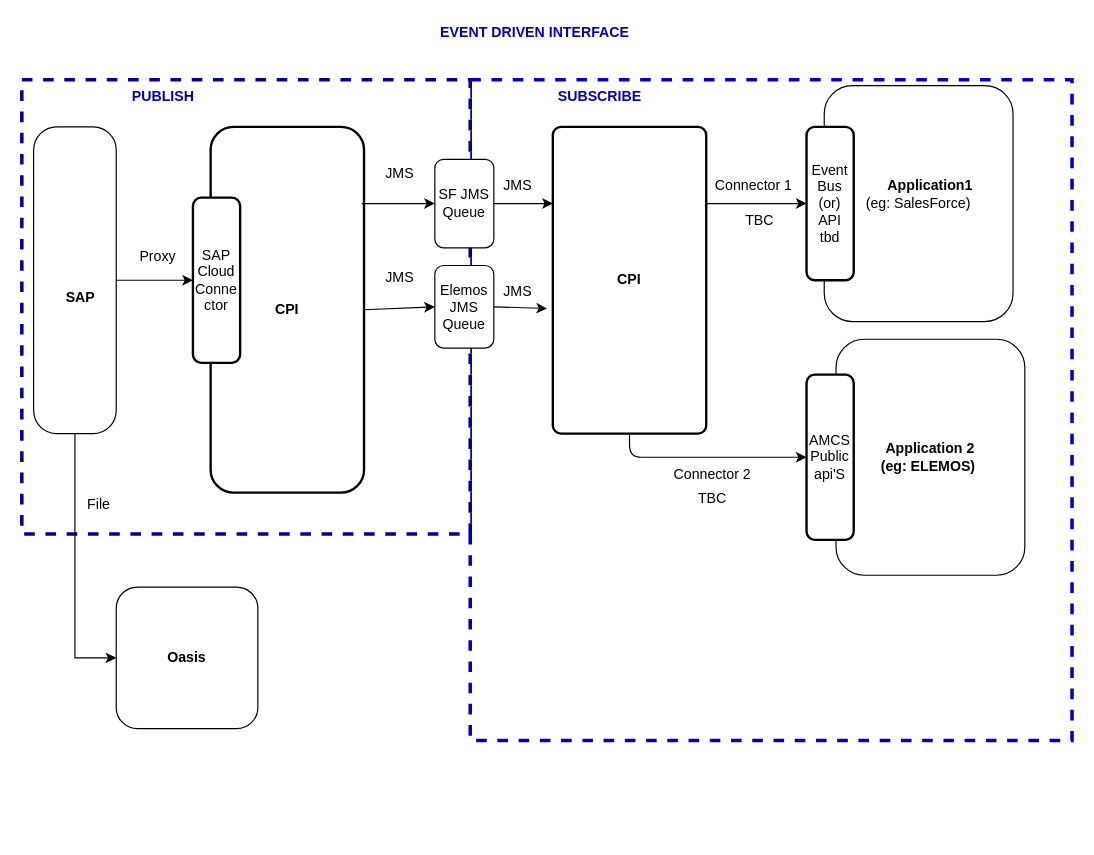
Before: creditHold3.drawio in rdshankar-coder/rds, a draw.io diagram. Source tidied: cells renumbered, new cells numbered last; positions are measured from the earlier drawing's top-left corner, leaving out a move shared by most shapes. Both pictures are drawn from the tidied source at 118%, with x=0, y=0 at pixel (21, 20). Pictures stored in the file or linked from it are replaced by grey dashed boxes.
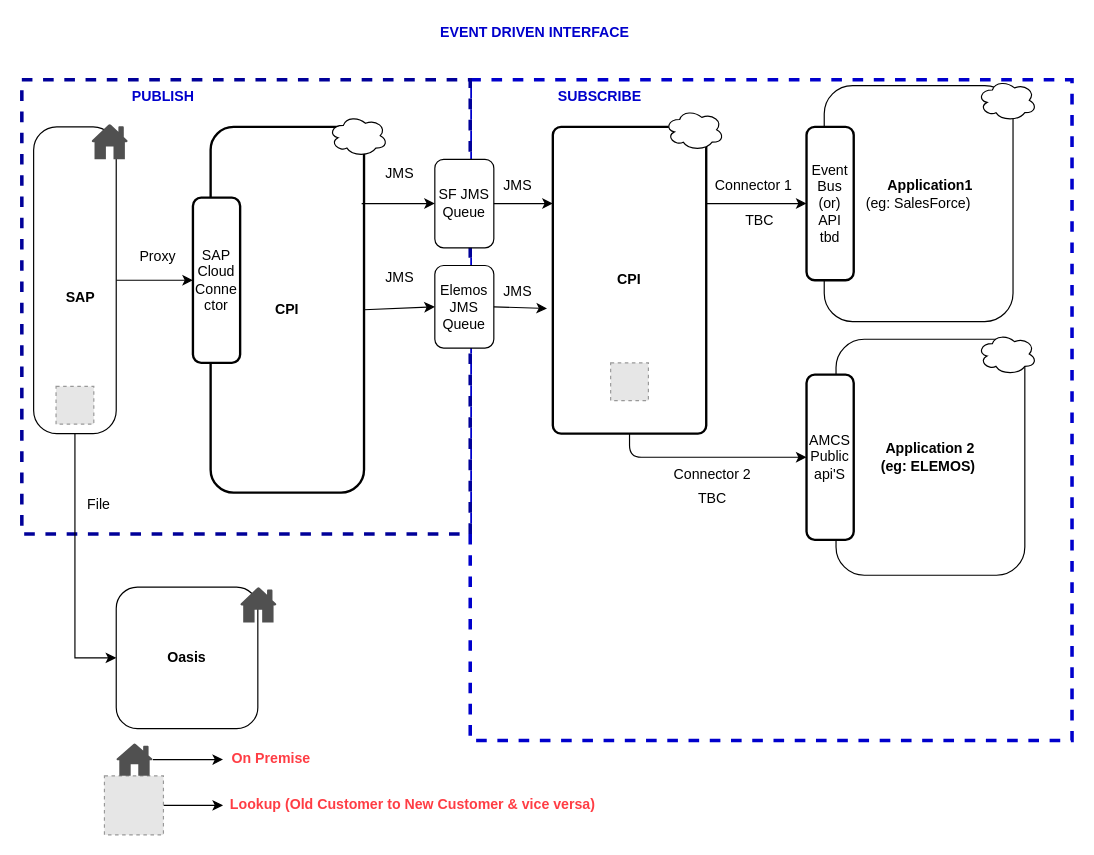
Above is the later version.

The change refers to these unchanged cells:
```xml
<mxCell id="2" style="group;" parent="1" vertex="1">
  <mxGeometry y="50" width="890" height="560" as="geometry" />
</mxCell>
```

The edit, as a diff of the source:
```diff
@@
+    <mxCell id="39" style="ellipse;shape=cloud;whiteSpace=wrap;html=1;" parent="2" vertex="1">
+      <mxGeometry x="260" y="30" width="50" height="35" as="geometry" />
+    </mxCell>
+    <mxCell id="40" style="ellipse;shape=cloud;whiteSpace=wrap;html=1;" parent="2" vertex="1">
+      <mxGeometry x="545" y="25" width="50" height="35" as="geometry" />
+    </mxCell>
+    <mxCell id="41" style="ellipse;shape=cloud;whiteSpace=wrap;html=1;" parent="2" vertex="1">
+      <mxGeometry x="810" width="50" height="35" as="geometry" />
+    </mxCell>
+    <mxCell id="42" style="ellipse;shape=cloud;whiteSpace=wrap;html=1;" parent="2" vertex="1">
+      <mxGeometry x="810" y="215" width="50" height="35" as="geometry" />
+    </mxCell>
+    <mxCell id="43" style="fillColor=#E6E6E6;strokeColor=#999999;dashed=1;html=1;verticalAlign=top;verticalLabelPosition=bottom;labelBackgroundColor=#ffffff;" parent="2" vertex="1">
+      <mxGeometry x="499" y="240" width="32" height="32" as="geometry" />
+    </mxCell>
+    <mxCell id="44" style="fillColor=#E6E6E6;strokeColor=#999999;dashed=1;html=1;verticalAlign=top;verticalLabelPosition=bottom;labelBackgroundColor=#ffffff;" parent="2" vertex="1">
+      <mxGeometry x="29" y="260" width="32" height="32" as="geometry" />
+    </mxCell>
+    <mxCell id="45" style="shadow=0;dashed=0;html=1;strokeColor=none;fillColor=#505050;labelPosition=center;verticalLabelPosition=bottom;verticalAlign=top;align=center;shape=mxgraph.office.concepts.home;" parent="2" vertex="1">
+      <mxGeometry x="185" y="430" width="31" height="30" as="geometry" />
+    </mxCell>
@@
+    <mxCell id="46" style="edgeStyle=orthogonalEdgeStyle;rounded=0;jettySize=auto;html=1;exitX=1;exitY=0.5;exitDx=0;exitDy=0;" parent="1" edge="1" source="47" target="48">
+      <mxGeometry relative="1" as="geometry" />
+    </mxCell>
+    <mxCell id="47" style="fillColor=#E6E6E6;strokeColor=#999999;dashed=1;html=1;verticalAlign=top;verticalLabelPosition=bottom;labelBackgroundColor=#ffffff;" parent="1" vertex="1">
+      <mxGeometry x="70" y="640" width="50" height="50" as="geometry" />
+    </mxCell>
+    <mxCell id="48" value="&lt;b&gt;&lt;font color=&quot;#ff3d44&quot;&gt;Lookup (Old Customer to New Customer &amp;amp; vice versa)&lt;/font&gt;&lt;/b&gt;" style="text;html=1;align=center;verticalAlign=middle;points=[];" parent="1" vertex="1">
+      <mxGeometry x="170.5" y="655" width="320" height="20" as="geometry" />
+    </mxCell>
+    <mxCell id="49" style="edgeStyle=orthogonalEdgeStyle;rounded=0;jettySize=auto;html=1;" parent="1" edge="1" source="50" target="51">
+      <mxGeometry relative="1" as="geometry" />
+    </mxCell>
+    <mxCell id="50" style="shadow=0;dashed=0;html=1;strokeColor=none;fillColor=#505050;labelPosition=center;verticalLabelPosition=bottom;verticalAlign=top;outlineConnect=0;align=center;shape=mxgraph.office.concepts.home;" parent="1" vertex="1">
+      <mxGeometry x="80" y="612.5" width="31" height="27.5" as="geometry" />
+    </mxCell>
+    <mxCell id="51" value="&lt;b&gt;&lt;font color=&quot;#ff3d44&quot;&gt;On Premise&lt;/font&gt;&lt;/b&gt;" style="text;html=1;align=center;verticalAlign=middle;points=[];" parent="1" vertex="1">
+      <mxGeometry x="170.5" y="616.2" width="80" height="20" as="geometry" />
+    </mxCell>
+    <mxCell id="52" style="shadow=0;dashed=0;html=1;strokeColor=none;fillColor=#505050;labelPosition=center;verticalLabelPosition=bottom;verticalAlign=top;align=center;shape=mxgraph.office.concepts.home;" parent="1" vertex="1">
+      <mxGeometry x="59" y="87.5" width="31" height="30" as="geometry" />
+    </mxCell>
```
